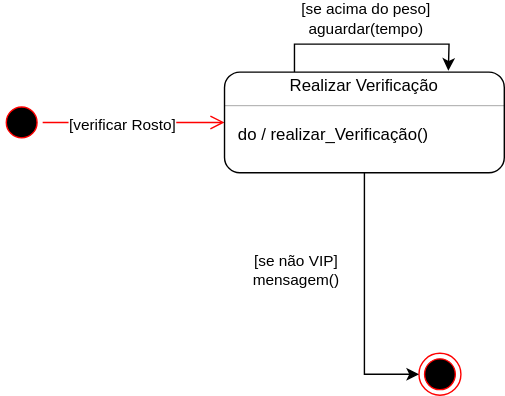
Earlier version of the draw.io export Diagrama-Estados/Estado-Verificar-peso.svg (wholocked1/Projeto-2-modelagem). Source tidied: cells renumbered, new cells last; positions are measured from the earlier drawing's top-left corner, leaving out a move shared by most shapes.
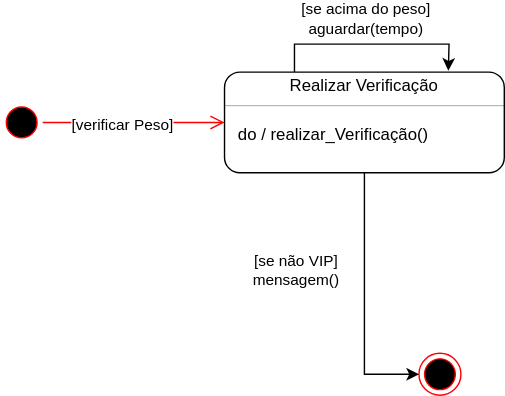
The same file after the commit.

The edit, as a diff of the source:
```diff
@@ -13,7 +13,7 @@
         <mxPoint x="160" y="37" as="targetPoint" />
       </mxGeometry>
     </mxCell>
-    <mxCell id="5" value="[verificar Rosto]" style="edgeLabel;html=1;align=center;verticalAlign=middle;" parent="4" vertex="1">
+    <mxCell id="5" value="[verificar Peso]" style="edgeLabel;html=1;align=center;verticalAlign=middle;" parent="4" vertex="1">
       <mxGeometry x="-0.14" y="-1" relative="1" as="geometry" />
     </mxCell>
     <mxCell id="6" style="fontStyle=1;align=center;verticalAlign=middle;horizontal=1;rounded=1;absoluteArcSize=1;arcSize=22;" parent="1" vertex="1">
```
